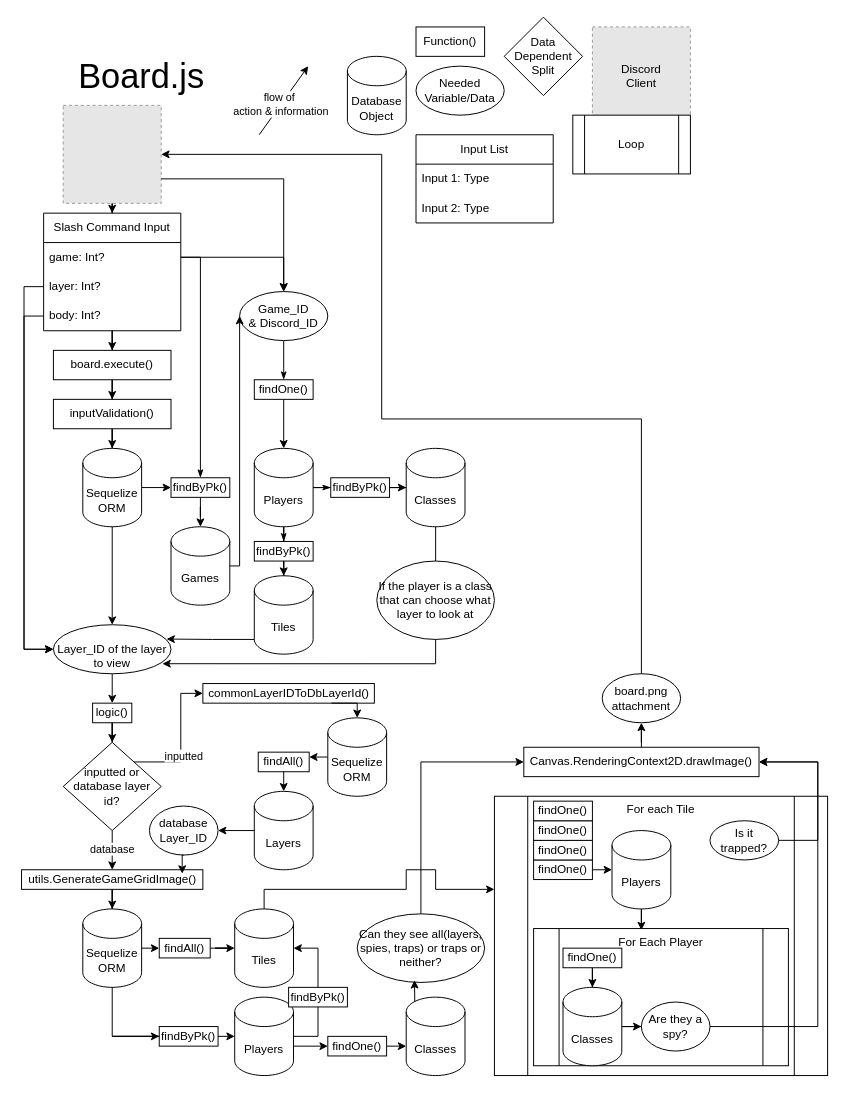
Before: DeclutteredAttempt1/commands/Diagrams/board.drawio in SnageTheSnakeMage/discordLegacyBot, a draw.io diagram. Source tidied: cells renumbered, new cells numbered last; positions are measured from the earlier drawing's top-left corner, leaving out a move shared by most shapes. Both pictures are drawn from the tidied source at 98%, with x=0, y=0 at pixel (22, 17). Pictures stored in the file or linked from it are replaced by grey dashed boxes.
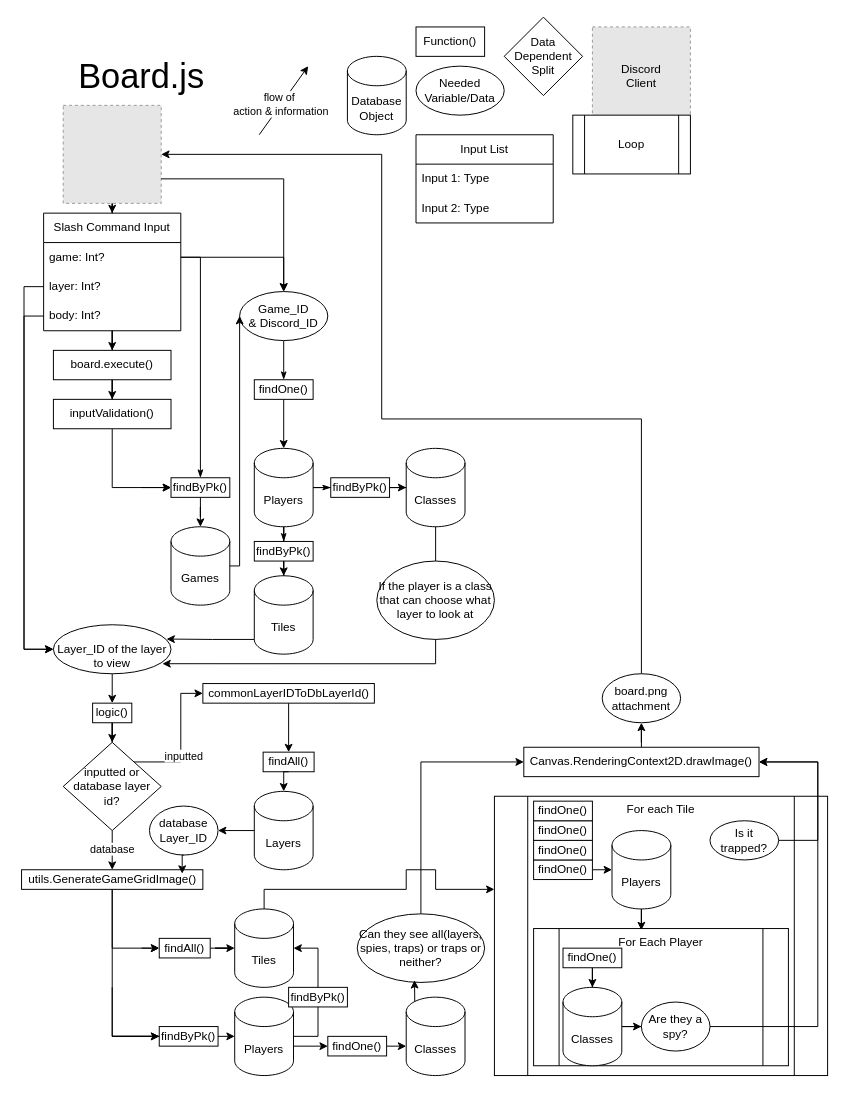
The same page after the edit.

Commit message:
remove unnecessary sequelizeorm part of diagram

Unchanged cells that the change refers to:
```xml
<mxCell id="14" value="inputValidation()" style="whiteSpace=wrap;html=1;fontStyle=0;startSize=30;horizontal=1;" parent="1" vertex="1">
  <mxGeometry x="32" y="390" width="120" height="30" as="geometry" />
</mxCell>
<mxCell id="29" value="&lt;div&gt;&lt;br&gt;&lt;/div&gt;&lt;div&gt;Layer_ID of the layer to view&lt;/div&gt;" style="ellipse;whiteSpace=wrap;html=1;shapeInside=1;" parent="1" vertex="1">
  <mxGeometry x="32" y="620" width="120" height="50" as="geometry" />
</mxCell>
<mxCell id="63" value="utils.GenerateGameGridImage()" style="whiteSpace=wrap;html=1;rounded=0;" parent="1" vertex="1">
  <mxGeometry x="-0.5" y="870" width="185" height="20" as="geometry" />
</mxCell>
<mxCell id="64" value="commonLayerIDToDbLayerId()" style="whiteSpace=wrap;html=1;rounded=0;" parent="1" vertex="1">
  <mxGeometry x="184.5" y="680" width="175" height="20" as="geometry" />
</mxCell>
<mxCell id="65" value="findByPk()" style="rounded=0;whiteSpace=wrap;html=1;" parent="1" vertex="1">
  <mxGeometry x="152" y="470" width="60" height="20" as="geometry" />
</mxCell>
<mxCell id="73" value="findAll()" style="rounded=0;whiteSpace=wrap;html=1;" parent="1" vertex="1">
  <mxGeometry x="140" y="940" width="52" height="20" as="geometry" />
</mxCell>
<mxCell id="77" value="findByPk()" style="rounded=0;whiteSpace=wrap;html=1;" parent="1" vertex="1">
  <mxGeometry x="140" y="1030" width="60" height="20" as="geometry" />
</mxCell>
```

What changed in the source:
```diff
@@
-    <mxCell id="13" style="edgeStyle=orthogonalEdgeStyle;rounded=0;jettySize=auto;html=1;entryX=0.5;entryY=0;entryDx=0;entryDy=0;entryPerimeter=0;" parent="1" edge="1" source="14" target="17">
+    <mxCell id="13" style="edgeStyle=orthogonalEdgeStyle;rounded=0;jettySize=auto;html=1;entryX=0;entryY=0.5;entryDx=0;entryDy=0;" parent="1" edge="1" source="14" target="65">
       <mxGeometry relative="1" as="geometry" />
     </mxCell>
@@
-    <mxCell id="16" style="edgeStyle=orthogonalEdgeStyle;rounded=0;jettySize=auto;html=1;exitX=1;exitY=0.5;exitDx=0;exitDy=0;exitPerimeter=0;entryX=0;entryY=0.5;entryDx=0;entryDy=0;" parent="1" edge="1" source="17" target="65">
-      <mxGeometry relative="1" as="geometry" />
+    <mxCell id="16" style="edgeStyle=orthogonalEdgeStyle;rounded=0;jettySize=auto;html=1;exitX=1;exitY=0.5;exitDx=0;exitDy=0;exitPerimeter=0;entryX=0;entryY=0.5;entryDx=0;entryDy=0;" parent="1" edge="1" target="65">
+      <mxGeometry relative="1" as="geometry">
+        <mxPoint x="122" y="480" as="sourcePoint" />
+      </mxGeometry>
     </mxCell>
-    <mxCell id="17" value="Sequelize&lt;div&gt;ORM&lt;/div&gt;" style="shape=cylinder3;whiteSpace=wrap;html=1;boundedLbl=1;backgroundOutline=1;size=15;" parent="1" vertex="1">
-      <mxGeometry x="62" y="440" width="60" height="80" as="geometry" />
-    </mxCell>
@@
-    <mxCell id="28" style="edgeStyle=orthogonalEdgeStyle;rounded=0;jettySize=auto;html=1;entryX=0.5;entryY=0;entryDx=0;entryDy=0;" parent="1" edge="1" source="17" target="29">
-      <mxGeometry relative="1" as="geometry" />
-    </mxCell>
@@
-    <mxCell id="62" style="edgeStyle=orthogonalEdgeStyle;rounded=0;jettySize=auto;html=1;" parent="1" edge="1" source="63" target="69">
+    <mxCell id="62" style="edgeStyle=orthogonalEdgeStyle;rounded=0;jettySize=auto;html=1;entryX=0;entryY=0.5;entryDx=0;entryDy=0;" parent="1" edge="1" source="63" target="77">
       <mxGeometry relative="1" as="geometry" />
     </mxCell>
+    <mxCell id="117" style="edgeStyle=orthogonalEdgeStyle;rounded=0;jettySize=auto;html=1;exitX=0.5;exitY=1;exitDx=0;exitDy=0;entryX=0;entryY=0.5;entryDx=0;entryDy=0;" parent="1" edge="1" source="63" target="73">
+      <mxGeometry relative="1" as="geometry" />
+    </mxCell>
@@
+    <mxCell id="118" style="edgeStyle=orthogonalEdgeStyle;rounded=0;jettySize=auto;html=1;exitX=0.5;exitY=1;exitDx=0;exitDy=0;entryX=0.5;entryY=0;entryDx=0;entryDy=0;" parent="1" edge="1" source="64" target="112">
+      <mxGeometry relative="1" as="geometry" />
+    </mxCell>
@@
-    <mxCell id="67" style="edgeStyle=orthogonalEdgeStyle;rounded=0;jettySize=auto;html=1;exitX=1;exitY=0.5;exitDx=0;exitDy=0;exitPerimeter=0;entryX=0;entryY=0.5;entryDx=0;entryDy=0;" parent="1" edge="1" source="69" target="73">
-      <mxGeometry relative="1" as="geometry" />
+    <mxCell id="67" style="edgeStyle=orthogonalEdgeStyle;rounded=0;jettySize=auto;html=1;exitX=1;exitY=0.5;exitDx=0;exitDy=0;exitPerimeter=0;entryX=0;entryY=0.5;entryDx=0;entryDy=0;" parent="1" edge="1" target="73">
+      <mxGeometry relative="1" as="geometry">
+        <mxPoint x="122" y="950" as="sourcePoint" />
+      </mxGeometry>
     </mxCell>
@@
-    <mxCell id="69" value="Sequelize&lt;div&gt;ORM&lt;/div&gt;" style="shape=cylinder3;whiteSpace=wrap;html=1;boundedLbl=1;backgroundOutline=1;size=15;" parent="1" vertex="1">
-      <mxGeometry x="62" y="910" width="60" height="80" as="geometry" />
-    </mxCell>
@@
-    <mxCell id="74" style="edgeStyle=orthogonalEdgeStyle;rounded=0;orthogonalLoop=1;jettySize=auto;html=1;innerLoopWaypoints=1;exitX=0.5;exitY=1;exitDx=0;exitDy=0;exitPerimeter=0;" parent="1" edge="1" source="69" target="69">
-      <mxGeometry relative="1" as="geometry" />
+    <mxCell id="74" style="edgeStyle=orthogonalEdgeStyle;rounded=0;orthogonalLoop=1;jettySize=auto;html=1;innerLoopWaypoints=1;exitX=0.5;exitY=1;exitDx=0;exitDy=0;exitPerimeter=0;" parent="1" edge="1">
+      <mxGeometry relative="1" as="geometry">
+        <mxPoint x="92" y="990" as="sourcePoint" />
+        <mxPoint x="92" y="990" as="targetPoint" />
+      </mxGeometry>
     </mxCell>
@@
-    <mxCell id="76" style="edgeStyle=orthogonalEdgeStyle;rounded=0;jettySize=auto;html=1;entryX=0;entryY=0.5;entryDx=0;entryDy=0;entryPerimeter=0;" parent="1" edge="1" source="69" target="77">
+    <mxCell id="76" style="edgeStyle=orthogonalEdgeStyle;rounded=0;jettySize=auto;html=1;entryX=0;entryY=0.5;entryDx=0;entryDy=0;entryPerimeter=0;" parent="1" edge="1" target="77">
       <mxGeometry relative="1" as="geometry">
+        <mxPoint x="92" y="990" as="sourcePoint" />
         <Array as="points">
           <mxPoint x="92" y="1040" />
         </Array>
       </mxGeometry>
     </mxCell>
@@
-    <mxCell id="108" style="edgeStyle=orthogonalEdgeStyle;rounded=0;jettySize=auto;html=1;exitX=0;exitY=0.5;exitDx=0;exitDy=0;exitPerimeter=0;entryX=1;entryY=0.25;entryDx=0;entryDy=0;" parent="1" edge="1" source="109" target="112">
-      <mxGeometry relative="1" as="geometry" />
-    </mxCell>
-    <mxCell id="109" value="Sequelize&lt;div&gt;ORM&lt;/div&gt;" style="shape=cylinder3;whiteSpace=wrap;html=1;boundedLbl=1;backgroundOutline=1;size=15;" parent="1" vertex="1">
-      <mxGeometry x="312" y="715" width="60" height="80" as="geometry" />
-    </mxCell>
@@
     <mxCell id="112" value="findAll()" style="rounded=0;whiteSpace=wrap;html=1;" parent="1" vertex="1">
-      <mxGeometry x="241" y="750" width="52" height="20" as="geometry" />
+      <mxGeometry x="246" y="750" width="52" height="20" as="geometry" />
     </mxCell>
-    <mxCell id="113" style="edgeStyle=orthogonalEdgeStyle;rounded=0;jettySize=auto;html=1;exitX=0.75;exitY=1;exitDx=0;exitDy=0;entryX=0.5;entryY=0;entryDx=0;entryDy=0;entryPerimeter=0;" parent="1" edge="1" source="64" target="109">
-      <mxGeometry relative="1" as="geometry" />
-    </mxCell>
```
